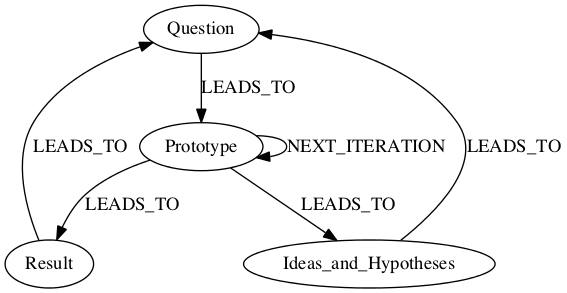
Above: images/research/overall-research-process-1.png in MGDS-PET/mgds-pet.github.io (Graphviz), before the change. Its source is kept beside it as images/research/overall-research-process-1.gv.
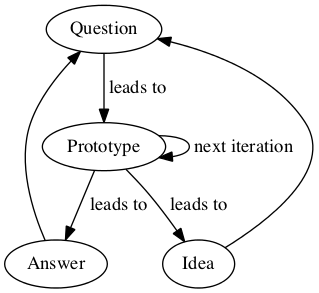
After the change.

What changed in the source:
```diff
@@ -4,9 +4,11 @@
 
 digraph G  {
 	graph [rankedDir=LR]
-	node [shape=ellipse] Question Prototype Result Ideas_and_Hypotheses
+	node [shape=ellipse]
 
-	Question->Prototype->Result->Question [label="LEADS_TO"]
-	Prototype->Ideas_and_Hypotheses->Question [label="LEADS_TO"]
-	Prototype->Prototype [label="NEXT_ITERATION"]
+	Question->Prototype [label=" leads to"]
+	Prototype->Prototype [label=" next iteration"]
+	Prototype->{Answer Idea} [label=" leads to"]
+	Answer->Question
+	Idea->Question
 }
```
